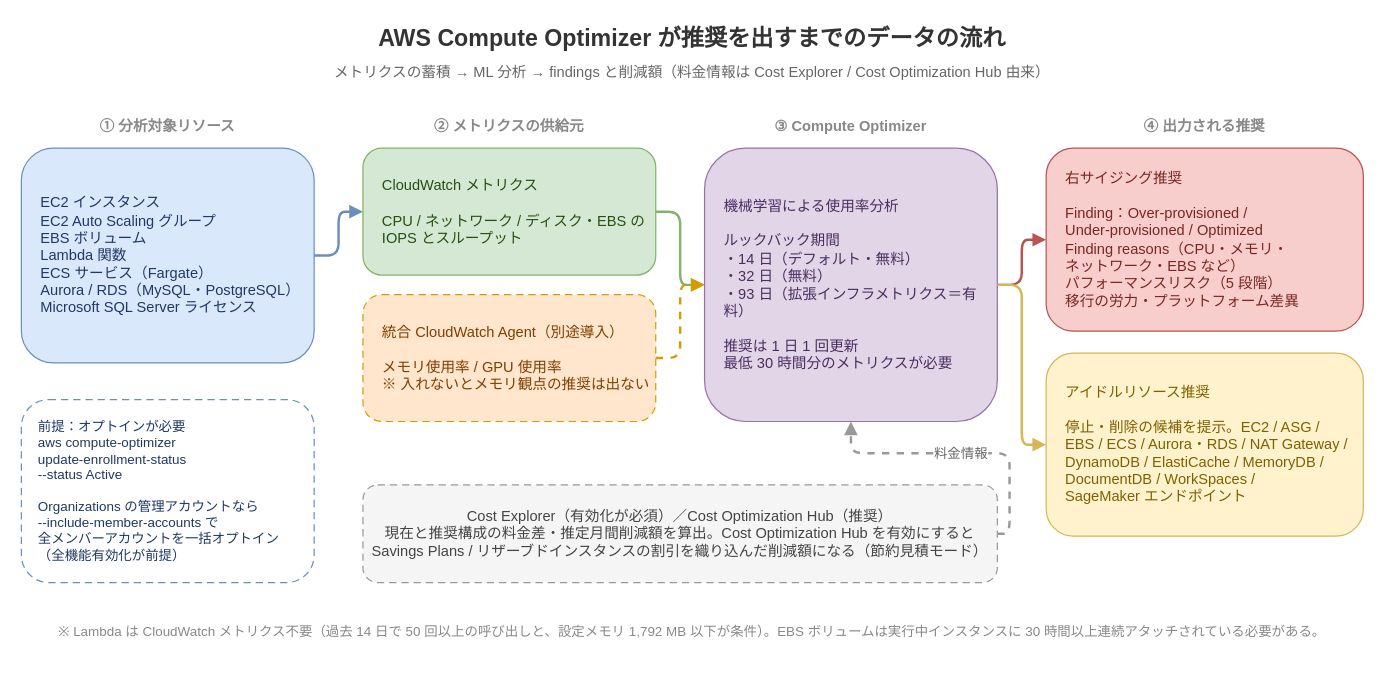
Before: static/images/aws-compute-optimizer-dataflow.drawio in hdknr/blogs, a draw.io diagram. Source tidied: cells renumbered, new cells numbered last; positions are measured from the earlier drawing's top-left corner, leaving out a move shared by most shapes. Both pictures are drawn from the tidied source at 122%, with x=0, y=0 at pixel (21, 21).
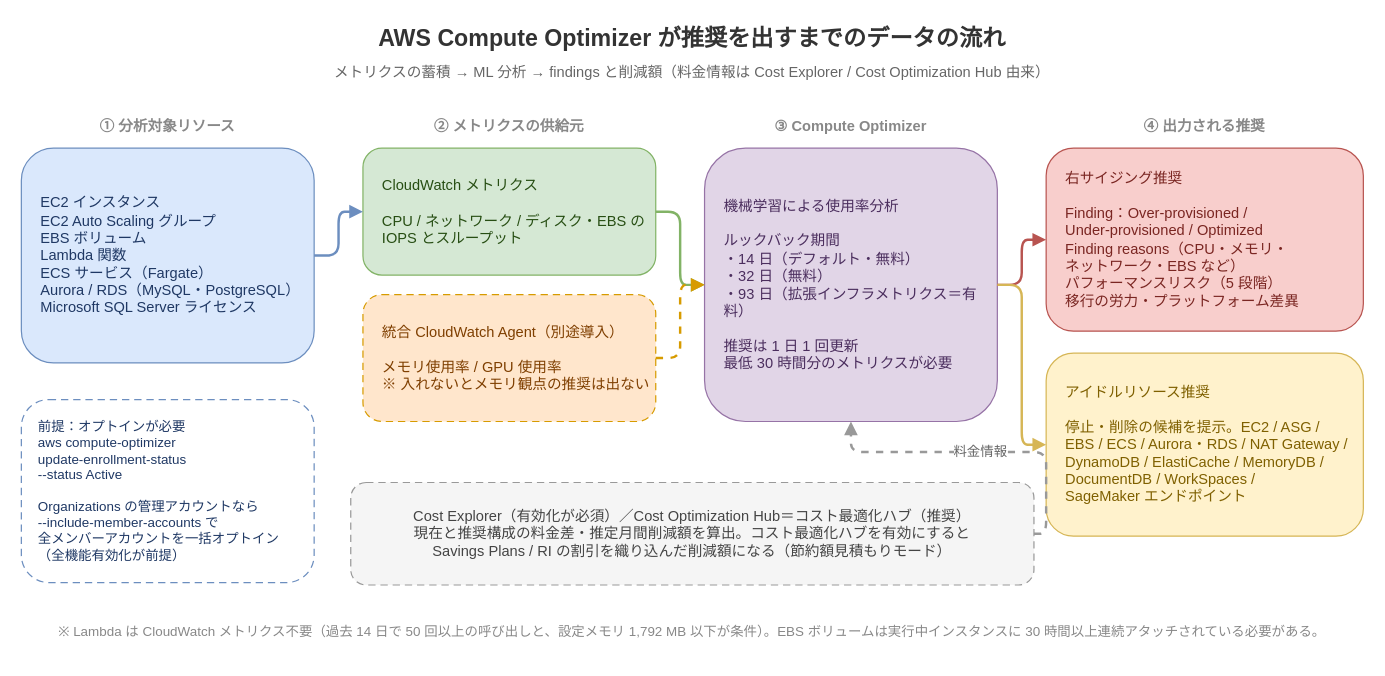
The same diagram, later.

Commit message (it also covers changes not shown here):
Add Japanese console labels, fix 節約額見積もりモード term, and document the Compute Optimizer enrollment prerequisite

What changed in the source:
```diff
@@
-    <mxCell id="14" value="Cost Explorer（有効化が必須）／Cost Optimization Hub（推奨）&#10;現在と推奨構成の料金差・推定月間削減額を算出。Cost Optimization Hub を有効にすると&#10;Savings Plans / リザーブドインスタンスの割引を織り込んだ削減額になる（節約見積モード）" style="rounded=1;whiteSpace=wrap;html=1;fillColor=#f5f5f5;strokeColor=#999999;fontSize=12;align=center;verticalAlign=middle;whiteSpace=wrap;fontColor=#444444;dashed=1;dashPattern=6 4;" parent="1" vertex="1">
-      <mxGeometry x="280" y="380" width="520" height="80" as="geometry" />
+    <mxCell id="14" value="Cost Explorer（有効化が必須）／Cost Optimization Hub＝コスト最適化ハブ（推奨）&#10;現在と推奨構成の料金差・推定月間削減額を算出。コスト最適化ハブを有効にすると&#10;Savings Plans / RI の割引を織り込んだ削減額になる（節約額見積もりモード）" style="rounded=1;whiteSpace=wrap;html=1;fillColor=#f5f5f5;strokeColor=#999999;fontSize=12;align=center;verticalAlign=middle;whiteSpace=wrap;fontColor=#444444;dashed=1;dashPattern=6 4;" parent="1" vertex="1">
+      <mxGeometry x="270" y="378" width="560" height="84" as="geometry" />
     </mxCell>
```
